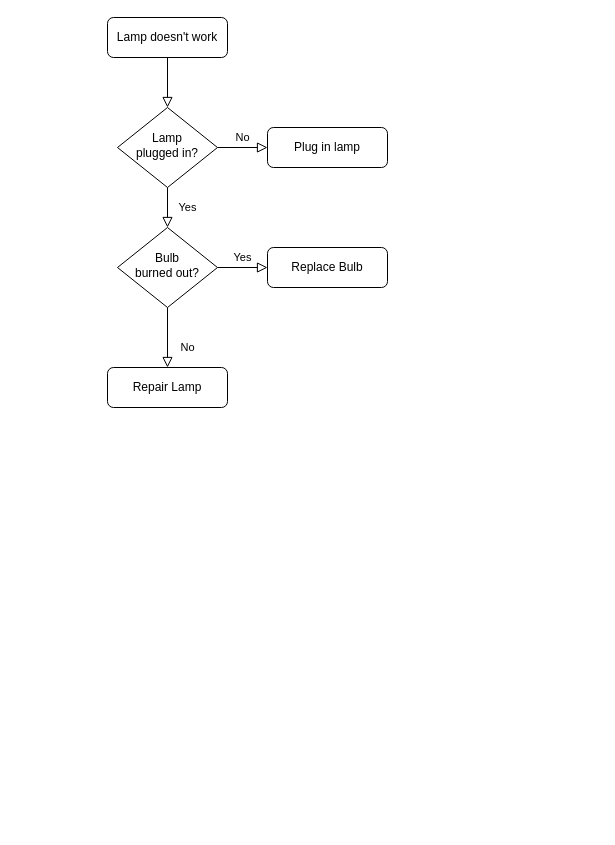
The draw.io diagram Untitled Diagram.drawio in zouzc/datagrams, before the edit. Source tidied: cells renumbered, new cells numbered last; positions are measured from the earlier drawing's top-left corner, leaving out a move shared by most shapes. Both pictures are drawn from the tidied source at 100%, with x=0, y=0 at pixel (107, 17).
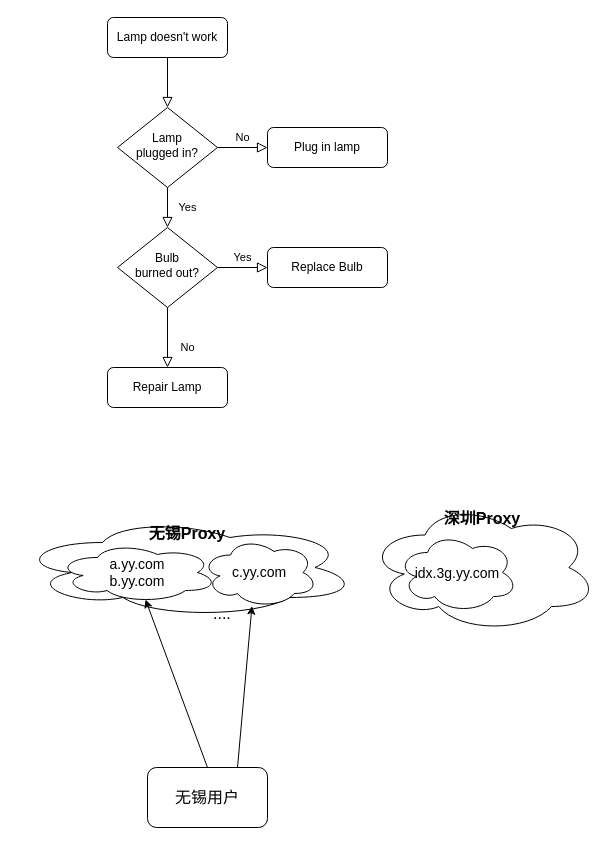
Above is the later version.

What changed in the source:
```diff
@@
+    <mxCell id="13" value="&lt;div style=&quot;&quot;&gt;&lt;span style=&quot;background-color: initial;&quot;&gt;&lt;b&gt;&lt;font style=&quot;font-size: 16px;&quot;&gt;无锡Proxy&lt;/font&gt;&lt;/b&gt;&lt;/span&gt;&lt;/div&gt;" style="ellipse;shape=cloud;whiteSpace=wrap;html=1;align=center;verticalAlign=top;" parent="1" vertex="1">
+      <mxGeometry x="-90" y="500" width="340" height="100" as="geometry" />
+    </mxCell>
+    <mxCell id="14" value="a.yy.com&lt;br style=&quot;font-size: 14px;&quot;&gt;b.yy.com" style="ellipse;shape=cloud;whiteSpace=wrap;html=1;fontSize=14;" parent="1" vertex="1">
+      <mxGeometry x="-50" y="525" width="160" height="60" as="geometry" />
+    </mxCell>
+    <mxCell id="15" value="c.yy.com" style="ellipse;shape=cloud;whiteSpace=wrap;html=1;fontSize=14;" parent="1" vertex="1">
+      <mxGeometry x="94" y="520" width="116" height="70" as="geometry" />
+    </mxCell>
+    <mxCell id="16" value="...." style="text;strokeColor=none;fillColor=none;align=left;verticalAlign=middle;spacingLeft=4;spacingRight=4;overflow=hidden;fontSize=16;" parent="1" vertex="1">
+      <mxGeometry x="100" y="580" width="80" height="30" as="geometry" />
+    </mxCell>
+    <mxCell id="17" value="无锡用户" style="rounded=1;whiteSpace=wrap;html=1;fontSize=16;" parent="1" vertex="1">
+      <mxGeometry x="40" y="750" width="120" height="60" as="geometry" />
+    </mxCell>
+    <mxCell id="18" style="endArrow=classic;html=1;rounded=0;fontSize=16;exitX=0.5;exitY=0;exitDx=0;exitDy=0;entryX=0.55;entryY=0.95;entryDx=0;entryDy=0;entryPerimeter=0;" parent="1" edge="1" source="17" target="14">
+      <mxGeometry relative="1" as="geometry" />
+    </mxCell>
+    <mxCell id="19" style="endArrow=classic;html=1;rounded=0;fontSize=16;exitX=0.75;exitY=0;exitDx=0;exitDy=0;entryX=0.435;entryY=0.98;entryDx=0;entryDy=0;entryPerimeter=0;" parent="1" edge="1" source="17" target="15">
+      <mxGeometry relative="1" as="geometry" />
+    </mxCell>
+    <mxCell id="20" value="深圳Proxy" style="ellipse;shape=cloud;whiteSpace=wrap;html=1;fontSize=16;verticalAlign=top;fontStyle=1;" parent="1" vertex="1">
+      <mxGeometry x="260" y="485" width="230" height="130" as="geometry" />
+    </mxCell>
+    <mxCell id="21" value="&lt;font style=&quot;font-size: 14px;&quot;&gt;idx.3g.yy.com&lt;/font&gt;" style="ellipse;shape=cloud;whiteSpace=wrap;html=1;fontSize=16;" parent="1" vertex="1">
+      <mxGeometry x="290" y="515" width="120" height="80" as="geometry" />
+    </mxCell>
```
